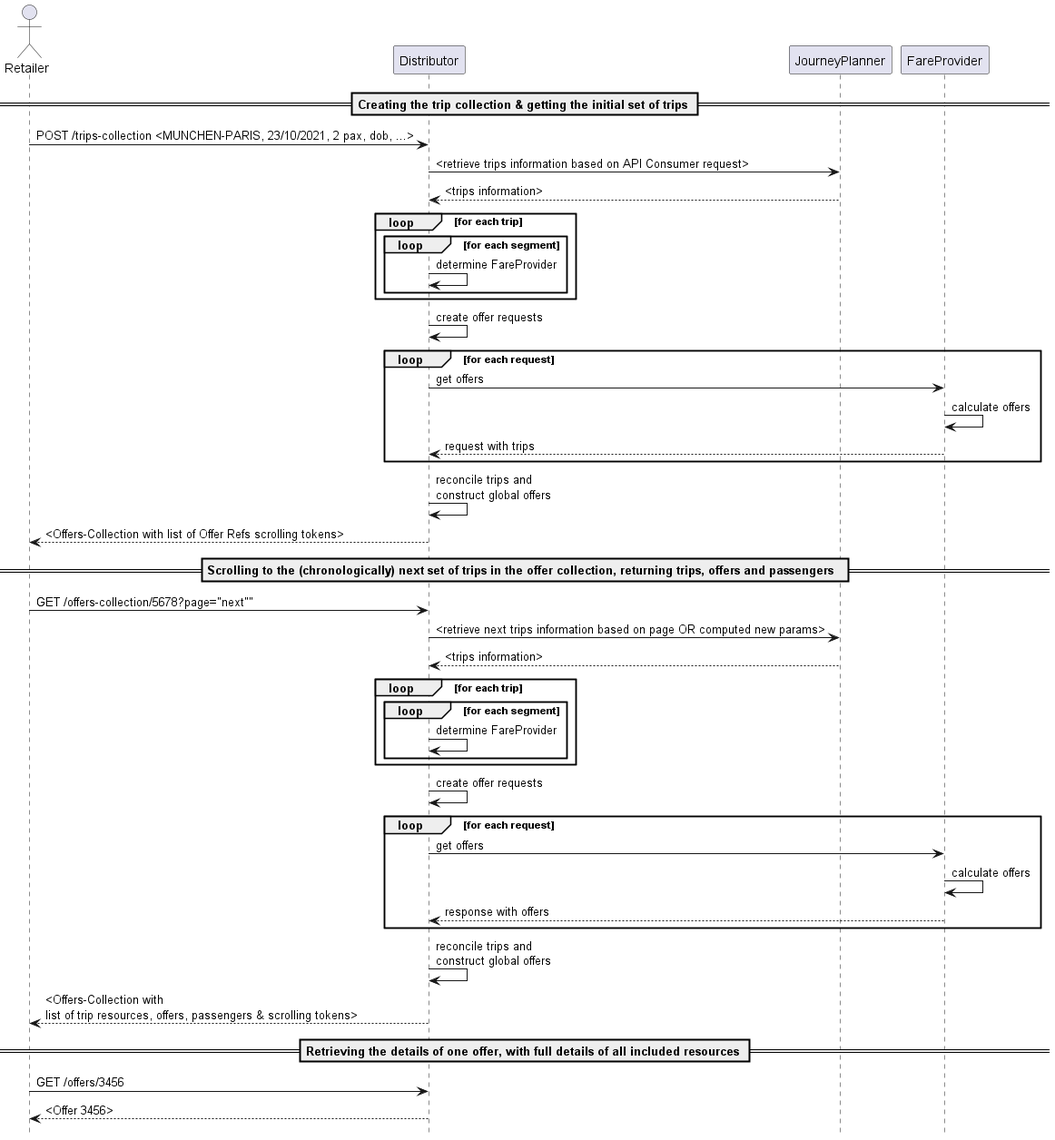
Earlier version of the PlantUML export images/processes/seq-getting-and-browsing-offers.png (UnionInternationalCheminsdeFer/OSDM). The source it was exported from:
```plantuml
@startuml
hide footbox

actor Retailer

== Creating the trip collection & getting the initial set of trips ==
Retailer -> Distributor: POST /trips-collection <MUNCHEN-PARIS, 23/10/2021, 2 pax, dob, ...>
Distributor -> JourneyPlanner : <retrieve trips information based on API Consumer request>
JourneyPlanner --> Distributor : <trips information>
loop for each trip
    loop for each segment
        Distributor -> Distributor: determine FareProvider
    end
end
Distributor -> Distributor : create offer requests
loop for each request
    Distributor -> FareProvider: get offers
    FareProvider -> FareProvider: calculate offers
    FareProvider --> Distributor : request with trips
end
Distributor -> Distributor : reconcile trips and \nconstruct global offers
Distributor --> Retailer: <Offers-Collection with list of Offer Refs scrolling tokens>

== Scrolling to the (chronologically) next set of trips in the offer collection, returning trips, offers and passengers  ==
Retailer -> Distributor: GET /offers-collection/5678?page="next""
Distributor -> JourneyPlanner : <retrieve next trips information based on page OR computed new params>
JourneyPlanner --> Distributor : <trips information>
loop for each trip
    loop for each segment
        Distributor -> Distributor: determine FareProvider
    end
end
Distributor -> Distributor : create offer requests
loop for each request
    Distributor -> FareProvider: get offers
    FareProvider -> FareProvider: calculate offers
    FareProvider --> Distributor : response with offers
end
Distributor -> Distributor : reconcile trips and \nconstruct global offers
Distributor --> Retailer: <Offers-Collection with \nlist of trip resources, offers, passengers & scrolling tokens>

== Retrieving the details of one offer, with full details of all included resources ==
Retailer -> Distributor: GET /offers/3456
Distributor --> Retailer: <Offer 3456>
@enduml
```
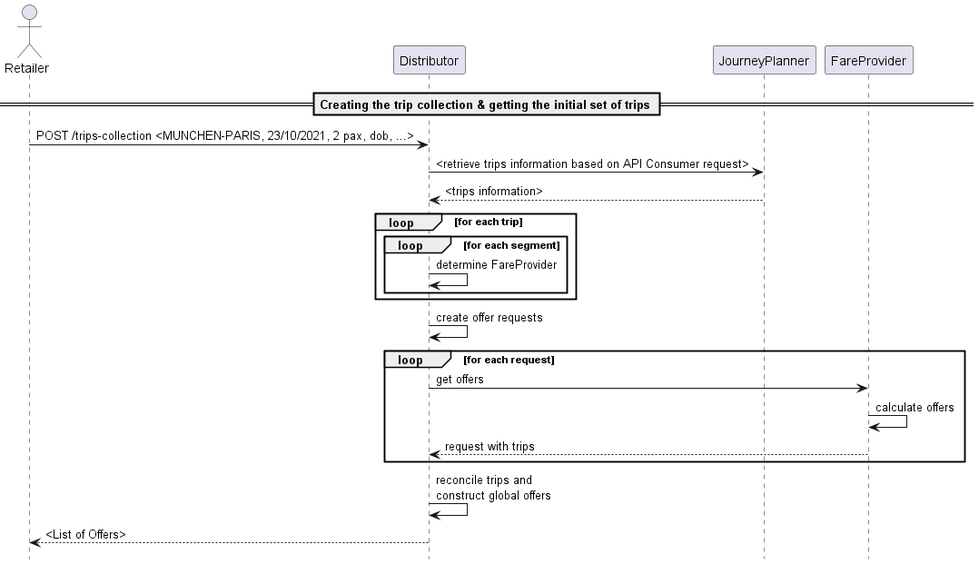
After the change.

What changed in the source:
```diff
@@ -19,27 +19,5 @@
     FareProvider --> Distributor : request with trips
 end
 Distributor -> Distributor : reconcile trips and \nconstruct global offers
-Distributor --> Retailer: <Offers-Collection with list of Offer Refs scrolling tokens>
-
-== Scrolling to the (chronologically) next set of trips in the offer collection, returning trips, offers and passengers  ==
-Retailer -> Distributor: GET /offers-collection/5678?page="next""
-Distributor -> JourneyPlanner : <retrieve next trips information based on page OR computed new params>
-JourneyPlanner --> Distributor : <trips information>
-loop for each trip
-    loop for each segment
-        Distributor -> Distributor: determine FareProvider
-    end
-end
-Distributor -> Distributor : create offer requests
-loop for each request
-    Distributor -> FareProvider: get offers
-    FareProvider -> FareProvider: calculate offers
-    FareProvider --> Distributor : response with offers
-end
-Distributor -> Distributor : reconcile trips and \nconstruct global offers
-Distributor --> Retailer: <Offers-Collection with \nlist of trip resources, offers, passengers & scrolling tokens>
-
-== Retrieving the details of one offer, with full details of all included resources ==
-Retailer -> Distributor: GET /offers/3456
-Distributor --> Retailer: <Offer 3456>
+Distributor --> Retailer: <List of Offers>
 @enduml
```
